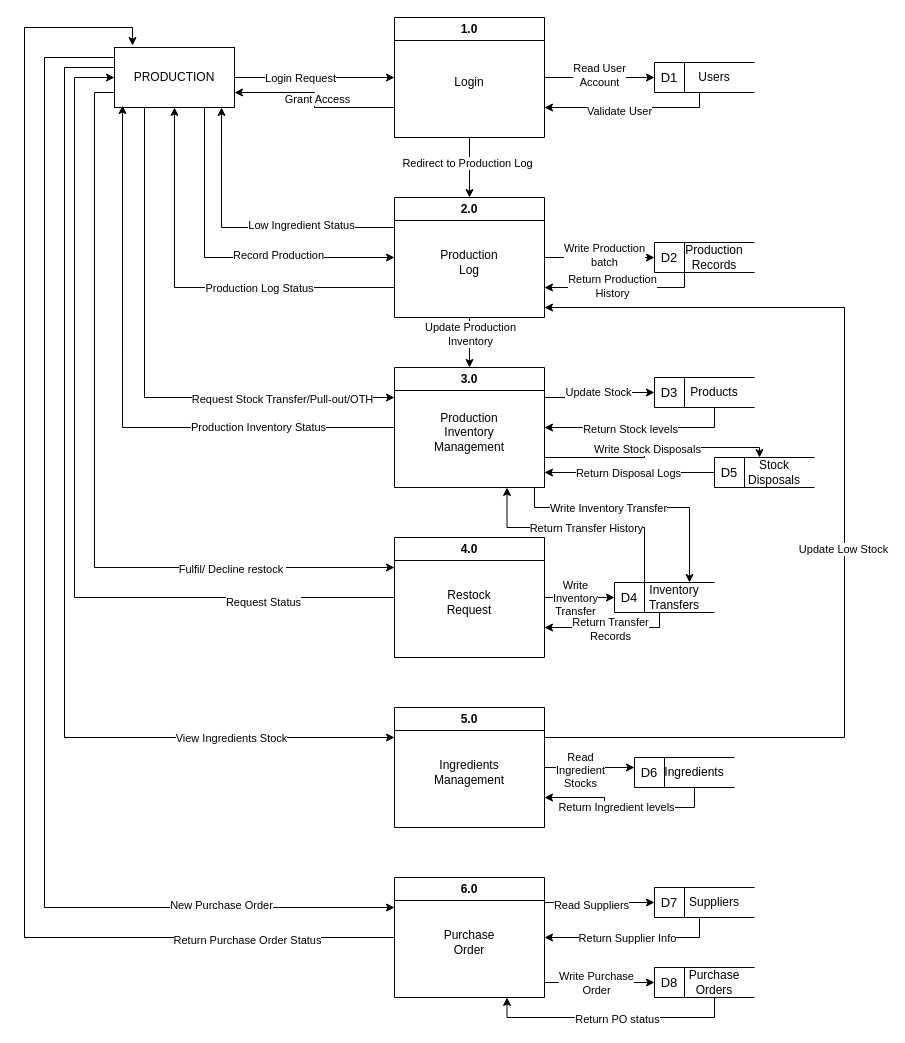
The draw.io diagram Untitled Diagram.drawio in dharmatown/bakery_DFDs, before the edit. Source tidied: cells renumbered, new cells numbered last; positions are measured from the earlier drawing's top-left corner, leaving out a move shared by most shapes. Both pictures are drawn from the tidied source at 100%, with x=0, y=0 at pixel (24, 17).
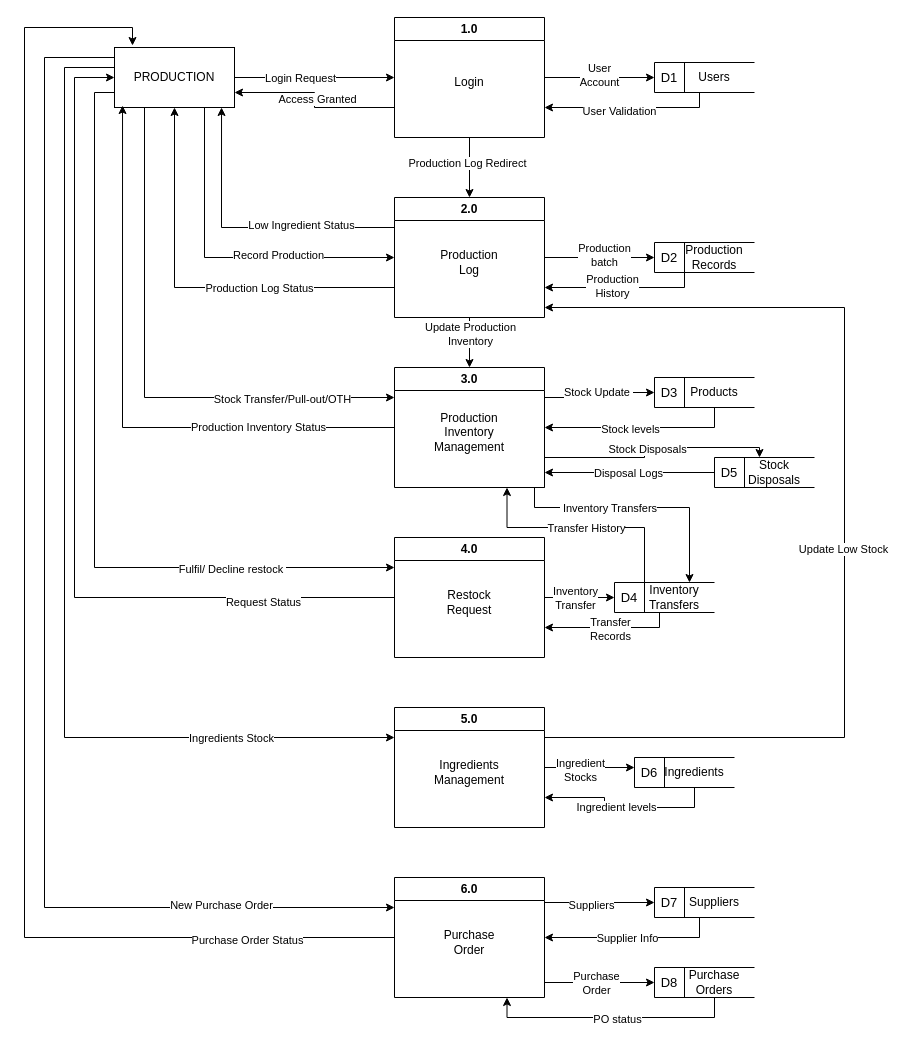
Above is the later version.

Unchanged cells that the change refers to:
```xml
<mxCell id="5" style="edgeStyle=orthogonalEdgeStyle;rounded=0;jettySize=auto;html=1;exitX=1;exitY=0.5;exitDx=0;exitDy=0;entryX=0;entryY=0.5;entryDx=0;entryDy=0;" parent="1" edge="1" source="11" target="17">
  <mxGeometry relative="1" as="geometry" />
</mxCell>
<mxCell id="7" style="edgeStyle=orthogonalEdgeStyle;rounded=0;jettySize=auto;html=1;exitX=0;exitY=0.75;exitDx=0;exitDy=0;entryX=1;entryY=0.75;entryDx=0;entryDy=0;" parent="1" edge="1" source="11" target="3">
  <mxGeometry relative="1" as="geometry" />
</mxCell>
<mxCell id="9" style="edgeStyle=orthogonalEdgeStyle;rounded=0;jettySize=auto;html=1;exitX=0.5;exitY=1;exitDx=0;exitDy=0;entryX=0.5;entryY=0;entryDx=0;entryDy=0;" parent="1" edge="1" source="11" target="27">
  <mxGeometry relative="1" as="geometry" />
</mxCell>
<mxCell id="19" style="edgeStyle=orthogonalEdgeStyle;rounded=0;jettySize=auto;html=1;exitX=0.25;exitY=1;exitDx=0;exitDy=0;entryX=1;entryY=0.75;entryDx=0;entryDy=0;" parent="1" edge="1" source="18" target="11">
  <mxGeometry relative="1" as="geometry">
    <Array as="points">
      <mxPoint x="675" y="90" />
    </Array>
  </mxGeometry>
</mxCell>
<mxCell id="21" style="edgeStyle=orthogonalEdgeStyle;rounded=0;jettySize=auto;html=1;exitX=1;exitY=0.5;exitDx=0;exitDy=0;entryX=0;entryY=0.5;entryDx=0;entryDy=0;" parent="1" edge="1" source="27" target="34">
  <mxGeometry relative="1" as="geometry" />
</mxCell>
<mxCell id="36" style="edgeStyle=orthogonalEdgeStyle;rounded=0;jettySize=auto;html=1;exitX=1;exitY=0.25;exitDx=0;exitDy=0;entryX=0;entryY=0.5;entryDx=0;entryDy=0;" parent="1" edge="1" source="42" target="53">
  <mxGeometry relative="1" as="geometry" />
</mxCell>
<mxCell id="38" style="edgeStyle=orthogonalEdgeStyle;rounded=0;jettySize=auto;html=1;exitX=1;exitY=1;exitDx=0;exitDy=0;entryX=0.75;entryY=0;entryDx=0;entryDy=0;" parent="1" edge="1" source="42" target="69">
  <mxGeometry relative="1" as="geometry">
    <Array as="points">
      <mxPoint x="510" y="470" />
      <mxPoint x="510" y="490" />
      <mxPoint x="665" y="490" />
    </Array>
  </mxGeometry>
</mxCell>
<mxCell id="40" style="edgeStyle=orthogonalEdgeStyle;rounded=0;jettySize=auto;html=1;exitX=1;exitY=0.75;exitDx=0;exitDy=0;entryX=0.25;entryY=0;entryDx=0;entryDy=0;" parent="1" edge="1" source="42" target="90">
  <mxGeometry relative="1" as="geometry">
    <Array as="points">
      <mxPoint x="620" y="440" />
      <mxPoint x="620" y="430" />
      <mxPoint x="735" y="430" />
    </Array>
  </mxGeometry>
</mxCell>
<mxCell id="44" style="edgeStyle=orthogonalEdgeStyle;rounded=0;jettySize=auto;html=1;exitX=0;exitY=1;exitDx=0;exitDy=0;entryX=1;entryY=0.75;entryDx=0;entryDy=0;" parent="1" edge="1" source="35" target="27">
  <mxGeometry relative="1" as="geometry">
    <Array as="points">
      <mxPoint x="660" y="270" />
    </Array>
  </mxGeometry>
</mxCell>
<mxCell id="48" style="edgeStyle=orthogonalEdgeStyle;rounded=0;jettySize=auto;html=1;exitX=0.25;exitY=1;exitDx=0;exitDy=0;entryX=0;entryY=0.25;entryDx=0;entryDy=0;" parent="1" edge="1" source="3" target="42">
  <mxGeometry relative="1" as="geometry" />
</mxCell>
<mxCell id="57" style="edgeStyle=orthogonalEdgeStyle;rounded=0;jettySize=auto;html=1;exitX=1;exitY=0.5;exitDx=0;exitDy=0;entryX=0;entryY=0.5;entryDx=0;entryDy=0;" parent="1" edge="1" source="61" target="68">
  <mxGeometry relative="1" as="geometry" />
</mxCell>
<mxCell id="70" style="edgeStyle=orthogonalEdgeStyle;rounded=0;jettySize=auto;html=1;exitX=0.5;exitY=1;exitDx=0;exitDy=0;entryX=1;entryY=0.5;entryDx=0;entryDy=0;" parent="1" edge="1" source="54" target="42">
  <mxGeometry relative="1" as="geometry" />
</mxCell>
<mxCell id="72" style="edgeStyle=orthogonalEdgeStyle;rounded=0;jettySize=auto;html=1;exitX=0;exitY=0;exitDx=0;exitDy=0;entryX=0.75;entryY=1;entryDx=0;entryDy=0;" parent="1" edge="1" source="69" target="42">
  <mxGeometry relative="1" as="geometry">
    <Array as="points">
      <mxPoint x="620" y="510" />
      <mxPoint x="483" y="510" />
    </Array>
  </mxGeometry>
</mxCell>
<mxCell id="74" style="edgeStyle=orthogonalEdgeStyle;rounded=0;jettySize=auto;html=1;exitX=0.25;exitY=1;exitDx=0;exitDy=0;entryX=1;entryY=0.75;entryDx=0;entryDy=0;" parent="1" edge="1" source="69" target="61">
  <mxGeometry relative="1" as="geometry">
    <Array as="points">
      <mxPoint x="635" y="610" />
    </Array>
  </mxGeometry>
</mxCell>
<mxCell id="76" style="edgeStyle=orthogonalEdgeStyle;rounded=0;jettySize=auto;html=1;exitX=1;exitY=0.5;exitDx=0;exitDy=0;entryX=0;entryY=0.25;entryDx=0;entryDy=0;" parent="1" edge="1" source="80" target="94">
  <mxGeometry relative="1" as="geometry" />
</mxCell>
<mxCell id="82" style="edgeStyle=orthogonalEdgeStyle;rounded=0;jettySize=auto;html=1;exitX=0;exitY=0.25;exitDx=0;exitDy=0;entryX=0;entryY=0.25;entryDx=0;entryDy=0;" parent="1" edge="1" source="3" target="80">
  <mxGeometry relative="1" as="geometry">
    <Array as="points">
      <mxPoint x="90" y="50" />
      <mxPoint x="40" y="50" />
      <mxPoint x="40" y="720" />
    </Array>
  </mxGeometry>
</mxCell>
<mxCell id="87" style="edgeStyle=orthogonalEdgeStyle;rounded=0;jettySize=auto;html=1;" parent="86" edge="1" source="89">
  <mxGeometry relative="1" as="geometry">
    <mxPoint x="-170" y="15" as="targetPoint" />
  </mxGeometry>
</mxCell>
<mxCell id="96" style="edgeStyle=orthogonalEdgeStyle;rounded=0;jettySize=auto;html=1;exitX=0.5;exitY=1;exitDx=0;exitDy=0;entryX=1;entryY=0.75;entryDx=0;entryDy=0;" parent="1" edge="1" source="95" target="80">
  <mxGeometry relative="1" as="geometry" />
</mxCell>
<mxCell id="98" style="edgeStyle=orthogonalEdgeStyle;rounded=0;jettySize=auto;html=1;exitX=1;exitY=0.25;exitDx=0;exitDy=0;entryX=0;entryY=0.5;entryDx=0;entryDy=0;" parent="1" edge="1" source="104" target="111">
  <mxGeometry relative="1" as="geometry">
    <Array as="points">
      <mxPoint x="520" y="885" />
    </Array>
  </mxGeometry>
</mxCell>
<mxCell id="100" style="edgeStyle=orthogonalEdgeStyle;rounded=0;jettySize=auto;html=1;exitX=1;exitY=0.75;exitDx=0;exitDy=0;entryX=0;entryY=0.5;entryDx=0;entryDy=0;" parent="1" edge="1" source="104" target="118">
  <mxGeometry relative="1" as="geometry">
    <Array as="points">
      <mxPoint x="520" y="965" />
    </Array>
  </mxGeometry>
</mxCell>
<mxCell id="102" style="edgeStyle=orthogonalEdgeStyle;rounded=0;jettySize=auto;html=1;exitX=0;exitY=0.5;exitDx=0;exitDy=0;entryX=0.15;entryY=-0.033;entryDx=0;entryDy=0;entryPerimeter=0;" parent="1" edge="1" source="104" target="3">
  <mxGeometry relative="1" as="geometry">
    <Array as="points">
      <mxPoint y="920" />
      <mxPoint y="10" />
      <mxPoint x="108" y="10" />
    </Array>
  </mxGeometry>
</mxCell>
<mxCell id="113" style="edgeStyle=orthogonalEdgeStyle;rounded=0;jettySize=auto;html=1;exitX=0.25;exitY=1;exitDx=0;exitDy=0;entryX=1;entryY=0.5;entryDx=0;entryDy=0;" parent="1" edge="1" source="112" target="104">
  <mxGeometry relative="1" as="geometry" />
</mxCell>
<mxCell id="120" style="edgeStyle=orthogonalEdgeStyle;rounded=0;jettySize=auto;html=1;exitX=0.5;exitY=1;exitDx=0;exitDy=0;entryX=0.75;entryY=1;entryDx=0;entryDy=0;" parent="1" edge="1" source="119" target="104">
  <mxGeometry relative="1" as="geometry" />
</mxCell>
```

Diff of the diagram source:
```diff
@@
-    <mxCell id="6" value="Read User&lt;div&gt;Account&lt;/div&gt;" style="edgeLabel;html=1;align=center;verticalAlign=middle;" parent="5" vertex="1">
+    <mxCell id="6" value="User&lt;div&gt;Account&lt;/div&gt;" style="edgeLabel;html=1;align=center;verticalAlign=middle;" parent="5" vertex="1">
       <mxGeometry x="-0.02" y="3" relative="1" as="geometry" />
     </mxCell>
@@
-    <mxCell id="8" value="Grant Access" style="edgeLabel;html=1;align=center;verticalAlign=middle;" parent="7" vertex="1">
+    <mxCell id="8" value="Access Granted" style="edgeLabel;html=1;align=center;verticalAlign=middle;" parent="7" vertex="1">
       <mxGeometry x="0.02" y="-2" relative="1" as="geometry" />
     </mxCell>
@@
-    <mxCell id="10" value="Redirect to Production Log" style="edgeLabel;html=1;align=center;verticalAlign=middle;" parent="9" vertex="1">
+    <mxCell id="10" value="Production Log Redirect" style="edgeLabel;html=1;align=center;verticalAlign=middle;" parent="9" vertex="1">
       <mxGeometry x="-0.17" y="-3" relative="1" as="geometry" />
     </mxCell>
@@
-    <mxCell id="20" value="Validate User" style="edgeLabel;html=1;align=center;verticalAlign=middle;" parent="19" vertex="1">
+    <mxCell id="20" value="User Validation" style="edgeLabel;html=1;align=center;verticalAlign=middle;" parent="19" vertex="1">
       <mxGeometry x="0.13" y="3" relative="1" as="geometry" />
     </mxCell>
@@
-    <mxCell id="22" value="Write Production&lt;div&gt;batch&lt;/div&gt;" style="edgeLabel;html=1;align=center;verticalAlign=middle;" parent="21" vertex="1">
+    <mxCell id="22" value="Production&lt;div&gt;batch&lt;/div&gt;" style="edgeLabel;html=1;align=center;verticalAlign=middle;" parent="21" vertex="1">
       <mxGeometry x="0.07" y="3" relative="1" as="geometry" />
     </mxCell>
@@
-    <mxCell id="37" value="Update Stock" style="edgeLabel;html=1;align=center;verticalAlign=middle;" parent="36" vertex="1">
+    <mxCell id="37" value="Stock Update&amp;nbsp;" style="edgeLabel;html=1;align=center;verticalAlign=middle;" parent="36" vertex="1">
       <mxGeometry x="0.04" y="2" relative="1" as="geometry">
         <mxPoint x="-2" y="1" as="offset" />
       </mxGeometry>
     </mxCell>
@@
-    <mxCell id="39" value="Write Inventory Transfer" style="edgeLabel;html=1;align=center;verticalAlign=middle;" parent="38" vertex="1">
+    <mxCell id="39" value="&amp;nbsp;Inventory Transfers" style="edgeLabel;html=1;align=center;verticalAlign=middle;" parent="38" vertex="1">
       <mxGeometry x="-0.21" relative="1" as="geometry" />
     </mxCell>
@@
-    <mxCell id="41" value="Write Stock Disposals" style="edgeLabel;html=1;align=center;verticalAlign=middle;" parent="40" vertex="1">
+    <mxCell id="41" value="Stock Disposals" style="edgeLabel;html=1;align=center;verticalAlign=middle;" parent="40" vertex="1">
       <mxGeometry x="-0.05" y="-1" relative="1" as="geometry" />
     </mxCell>
@@
-    <mxCell id="45" value="Return Production&lt;div&gt;History&lt;/div&gt;" style="edgeLabel;html=1;align=center;verticalAlign=middle;" parent="44" vertex="1">
+    <mxCell id="45" value="Production&lt;div&gt;History&lt;/div&gt;" style="edgeLabel;html=1;align=center;verticalAlign=middle;" parent="44" vertex="1">
       <mxGeometry x="0.14" y="-2" relative="1" as="geometry" />
     </mxCell>
@@
-    <mxCell id="49" value="Request Stock Transfer/Pull-out/OTH" style="edgeLabel;html=1;align=center;verticalAlign=middle;" parent="48" vertex="1">
+    <mxCell id="49" value="Stock Transfer/Pull-out/OTH" style="edgeLabel;html=1;align=center;verticalAlign=middle;" parent="48" vertex="1">
       <mxGeometry x="0.58" y="-1" relative="1" as="geometry" />
     </mxCell>
@@
-    <mxCell id="58" value="Write&lt;div&gt;Inventory&lt;/div&gt;&lt;div&gt;Transfer&lt;/div&gt;" style="edgeLabel;html=1;align=center;verticalAlign=middle;" parent="57" vertex="1">
+    <mxCell id="58" value="&lt;div&gt;Inventory&lt;/div&gt;&lt;div&gt;Transfer&lt;/div&gt;" style="edgeLabel;html=1;align=center;verticalAlign=middle;" parent="57" vertex="1">
       <mxGeometry x="-0.14" relative="1" as="geometry" />
     </mxCell>
@@
-    <mxCell id="71" value="Return Stock levels" style="edgeLabel;html=1;align=center;verticalAlign=middle;" parent="70" vertex="1">
+    <mxCell id="71" value="Stock levels" style="edgeLabel;html=1;align=center;verticalAlign=middle;" parent="70" vertex="1">
       <mxGeometry x="0.11" y="1" relative="1" as="geometry" />
     </mxCell>
@@
-    <mxCell id="73" value="Return Transfer History" style="edgeLabel;html=1;align=center;verticalAlign=middle;" parent="72" vertex="1">
+    <mxCell id="73" value="Transfer History" style="edgeLabel;html=1;align=center;verticalAlign=middle;" parent="72" vertex="1">
       <mxGeometry x="-0.02" relative="1" as="geometry" />
     </mxCell>
@@
-    <mxCell id="75" value="Return Transfer&lt;div&gt;Records&lt;/div&gt;" style="edgeLabel;html=1;align=center;verticalAlign=middle;" parent="74" vertex="1">
+    <mxCell id="75" value="Transfer&lt;div&gt;Records&lt;/div&gt;" style="edgeLabel;html=1;align=center;verticalAlign=middle;" parent="74" vertex="1">
       <mxGeometry y="1" relative="1" as="geometry" />
     </mxCell>
@@
-    <mxCell id="77" value="&lt;div&gt;Read&lt;/div&gt;&lt;div&gt;Ingredient&lt;/div&gt;&lt;div&gt;Stocks&lt;/div&gt;" style="edgeLabel;html=1;align=center;verticalAlign=middle;" parent="76" vertex="1">
+    <mxCell id="77" value="&lt;div&gt;&lt;span style=&quot;background-color: light-dark(#ffffff, var(--ge-dark-color, #121212)); color: light-dark(rgb(0, 0, 0), rgb(255, 255, 255));&quot;&gt;Ingredient&lt;/span&gt;&lt;/div&gt;&lt;div&gt;Stocks&lt;/div&gt;" style="edgeLabel;html=1;align=center;verticalAlign=middle;" parent="76" vertex="1">
       <mxGeometry x="-0.22" y="-2" relative="1" as="geometry" />
     </mxCell>
@@
-    <mxCell id="83" value="View Ingredients Stock" style="edgeLabel;html=1;align=center;verticalAlign=middle;" parent="82" vertex="1">
+    <mxCell id="83" value="Ingredients Stock" style="edgeLabel;html=1;align=center;verticalAlign=middle;" parent="82" vertex="1">
       <mxGeometry x="0.69" relative="1" as="geometry" />
     </mxCell>
@@
-    <mxCell id="88" value="Return Disposal Logs" style="edgeLabel;html=1;align=center;verticalAlign=middle;" parent="87" vertex="1">
+    <mxCell id="88" value="Disposal Logs" style="edgeLabel;html=1;align=center;verticalAlign=middle;" parent="87" vertex="1">
       <mxGeometry x="0.02" relative="1" as="geometry" />
     </mxCell>
@@
-    <mxCell id="97" value="Return Ingredient levels" style="edgeLabel;html=1;align=center;verticalAlign=middle;" parent="96" vertex="1">
+    <mxCell id="97" value="Ingredient levels" style="edgeLabel;html=1;align=center;verticalAlign=middle;" parent="96" vertex="1">
       <mxGeometry x="0.1" y="-1" relative="1" as="geometry" />
     </mxCell>
@@
-    <mxCell id="99" value="Read Suppliers" style="edgeLabel;html=1;align=center;verticalAlign=middle;" parent="98" vertex="1">
+    <mxCell id="99" value="Suppliers" style="edgeLabel;html=1;align=center;verticalAlign=middle;" parent="98" vertex="1">
       <mxGeometry x="-0.11" y="-2" relative="1" as="geometry" />
     </mxCell>
@@
-    <mxCell id="101" value="Write Purchase&lt;div&gt;Order&lt;/div&gt;" style="edgeLabel;html=1;align=center;verticalAlign=middle;" parent="100" vertex="1">
+    <mxCell id="101" value="Purchase&lt;div&gt;Order&lt;/div&gt;" style="edgeLabel;html=1;align=center;verticalAlign=middle;" parent="100" vertex="1">
       <mxGeometry x="0.06" relative="1" as="geometry" />
     </mxCell>
@@
-    <mxCell id="103" value="Return Purchase Order Status" style="edgeLabel;html=1;align=center;verticalAlign=middle;" parent="102" vertex="1">
+    <mxCell id="103" value="Purchase Order Status" style="edgeLabel;html=1;align=center;verticalAlign=middle;" parent="102" vertex="1">
       <mxGeometry x="-0.79" y="2" relative="1" as="geometry" />
     </mxCell>
@@
-    <mxCell id="114" value="Return Supplier Info" style="edgeLabel;html=1;align=center;verticalAlign=middle;" parent="113" vertex="1">
+    <mxCell id="114" value="Supplier Info" style="edgeLabel;html=1;align=center;verticalAlign=middle;" parent="113" vertex="1">
       <mxGeometry x="0.06" relative="1" as="geometry" />
     </mxCell>
@@
-    <mxCell id="121" value="Return PO status" style="edgeLabel;html=1;align=center;verticalAlign=middle;" parent="120" vertex="1">
+    <mxCell id="121" value="PO status" style="edgeLabel;html=1;align=center;verticalAlign=middle;" parent="120" vertex="1">
       <mxGeometry x="-0.05" y="1" relative="1" as="geometry" />
     </mxCell>
```
